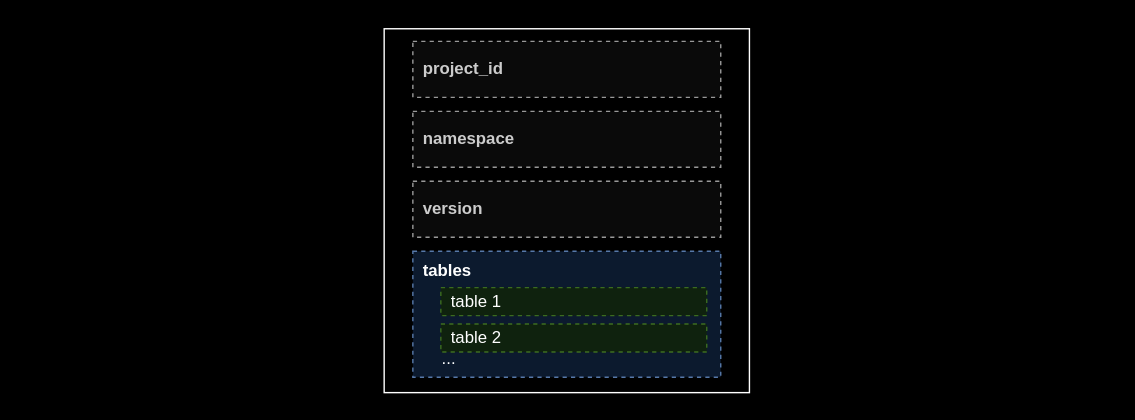
basicdb/basic-docs keeps this draw.io diagram as images/schema.svg. Above is the earlier version. Source tidied: cells renumbered, new cells last; positions are measured from the earlier drawing's top-left corner, leaving out a move shared by most shapes. Its diagram source:
```xml
<mxGraphModel>
  <root>
    <mxCell id="0" />
    <mxCell id="1" parent="0" />
    <mxCell id="2" style="rounded=0;whiteSpace=wrap;html=1;hachureGap=4;fontFamily=Architects Daughter;fontSource=https%3A%2F%2Ffonts.googleapis.com%2Fcss%3Ffamily%3DArchitects%2BDaughter;strokeColor=none;" parent="1" vertex="1">
      <mxGeometry width="810" height="300" as="geometry" />
    </mxCell>
    <mxCell id="3" style="whiteSpace=wrap;html=1;" parent="1" vertex="1">
      <mxGeometry x="275" y="20" width="261" height="260" as="geometry" />
    </mxCell>
    <mxCell id="4" value="project_id" style="whiteSpace=wrap;html=1;fillColor=#f5f5f5;dashed=1;align=left;fontStyle=1;spacingLeft=5;fontColor=#333333;strokeColor=#666666;" parent="1" vertex="1">
      <mxGeometry x="295.5" y="29" width="220" height="40" as="geometry" />
    </mxCell>
    <mxCell id="5" value="namespace" style="whiteSpace=wrap;html=1;fillColor=#f5f5f5;dashed=1;align=left;fontStyle=1;spacingLeft=5;fontColor=#333333;strokeColor=#666666;" parent="1" vertex="1">
      <mxGeometry x="295.5" y="79" width="220" height="40" as="geometry" />
    </mxCell>
    <mxCell id="6" value="version" style="whiteSpace=wrap;html=1;fillColor=#f5f5f5;dashed=1;align=left;fontStyle=1;spacingLeft=5;fontColor=#333333;strokeColor=#666666;" parent="1" vertex="1">
      <mxGeometry x="295.5" y="129" width="220" height="40" as="geometry" />
    </mxCell>
    <mxCell id="7" value="tables" style="whiteSpace=wrap;html=1;fillColor=#dae8fc;dashed=1;align=left;fontStyle=1;spacingLeft=5;verticalAlign=top;strokeColor=#6c8ebf;" parent="1" vertex="1">
      <mxGeometry x="295.5" y="179" width="220" height="90" as="geometry" />
    </mxCell>
    <mxCell id="8" value="table 1" style="whiteSpace=wrap;html=1;fillColor=#d5e8d4;dashed=1;align=left;fontStyle=0;spacingLeft=5;strokeColor=#82b366;" parent="1" vertex="1">
      <mxGeometry x="315.5" y="205" width="190" height="20" as="geometry" />
    </mxCell>
    <mxCell id="9" value="table 2" style="whiteSpace=wrap;html=1;fillColor=#d5e8d4;dashed=1;align=left;fontStyle=0;spacingLeft=5;strokeColor=#82b366;" parent="1" vertex="1">
      <mxGeometry x="315.5" y="231" width="190" height="20" as="geometry" />
    </mxCell>
    <mxCell id="10" value="..." style="text;html=1;align=center;verticalAlign=middle;strokeColor=none;fillColor=none;" parent="1" vertex="1">
      <mxGeometry x="305.5" y="241" width="30" height="30" as="geometry" />
    </mxCell>
  </root>
</mxGraphModel>
```
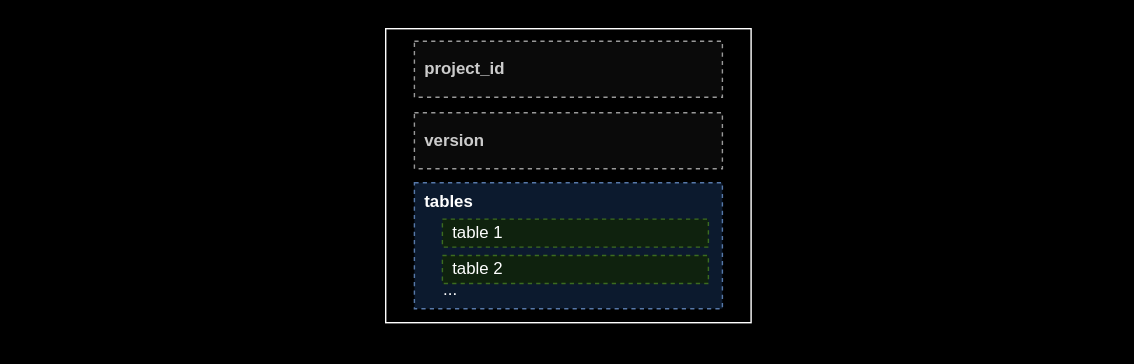
After the commit.

Commit message:
Removed "name" from tables and "namespace" from overview

The edit, as a diff of the source:
```diff
@@ -3,17 +3,14 @@
     <mxCell id="0" />
     <mxCell id="1" parent="0" />
     <mxCell id="2" style="rounded=0;whiteSpace=wrap;html=1;hachureGap=4;fontFamily=Architects Daughter;fontSource=https%3A%2F%2Ffonts.googleapis.com%2Fcss%3Ffamily%3DArchitects%2BDaughter;strokeColor=none;" parent="1" vertex="1">
-      <mxGeometry width="810" height="300" as="geometry" />
+      <mxGeometry y="49" width="810" height="260" as="geometry" />
     </mxCell>
     <mxCell id="3" style="whiteSpace=wrap;html=1;" parent="1" vertex="1">
-      <mxGeometry x="275" y="20" width="261" height="260" as="geometry" />
+      <mxGeometry x="275" y="69" width="261" height="210" as="geometry" />
     </mxCell>
     <mxCell id="4" value="project_id" style="whiteSpace=wrap;html=1;fillColor=#f5f5f5;dashed=1;align=left;fontStyle=1;spacingLeft=5;fontColor=#333333;strokeColor=#666666;" parent="1" vertex="1">
-      <mxGeometry x="295.5" y="29" width="220" height="40" as="geometry" />
+      <mxGeometry x="295.5" y="78" width="220" height="40" as="geometry" />
     </mxCell>
-    <mxCell id="5" value="namespace" style="whiteSpace=wrap;html=1;fillColor=#f5f5f5;dashed=1;align=left;fontStyle=1;spacingLeft=5;fontColor=#333333;strokeColor=#666666;" parent="1" vertex="1">
-      <mxGeometry x="295.5" y="79" width="220" height="40" as="geometry" />
-    </mxCell>
     <mxCell id="6" value="version" style="whiteSpace=wrap;html=1;fillColor=#f5f5f5;dashed=1;align=left;fontStyle=1;spacingLeft=5;fontColor=#333333;strokeColor=#666666;" parent="1" vertex="1">
       <mxGeometry x="295.5" y="129" width="220" height="40" as="geometry" />
     </mxCell>
```
